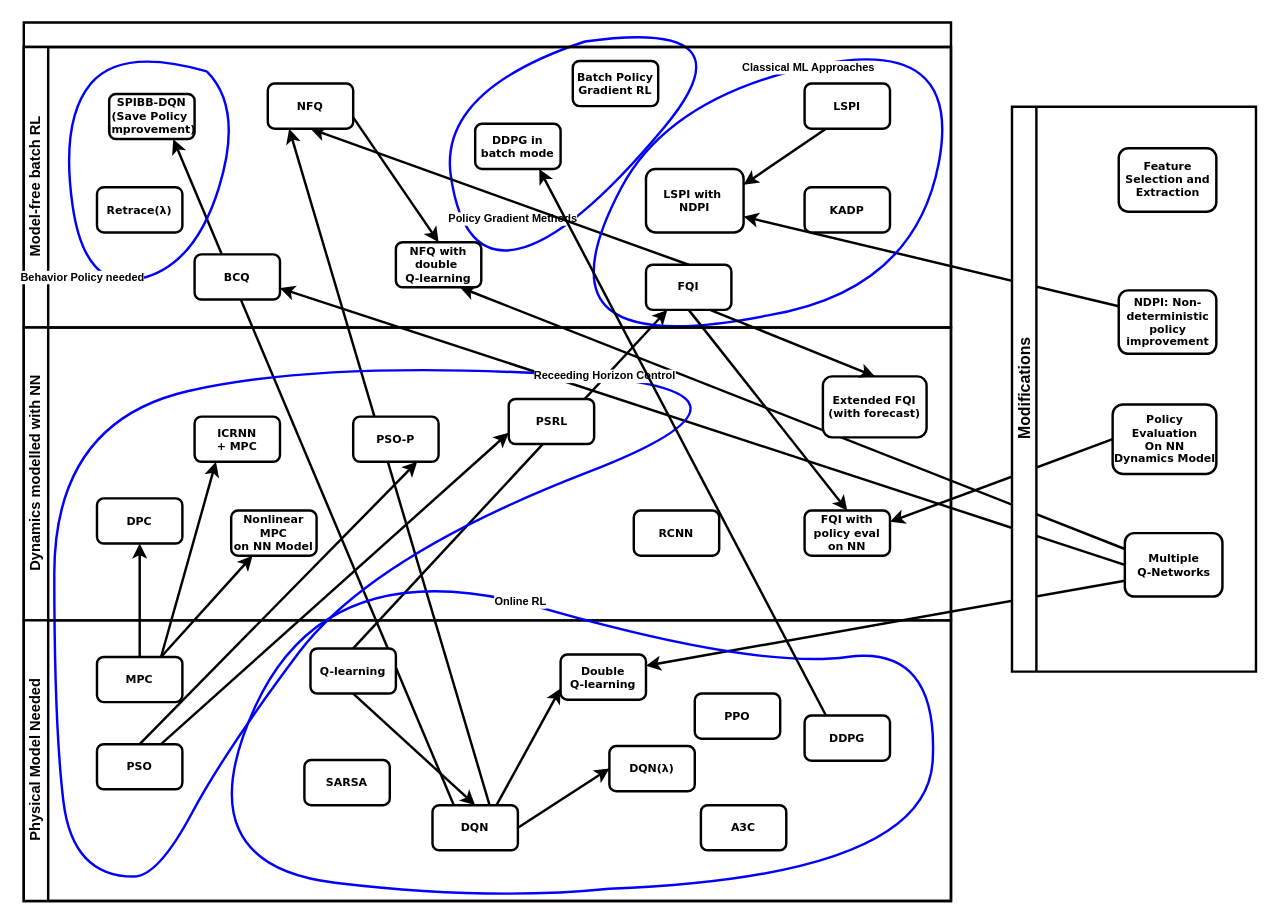
Before: batchRLOverv.drawio in chbauman/MasterThesis, a draw.io diagram. Source tidied: cells renumbered, new cells numbered last; positions are measured from the earlier drawing's top-left corner, leaving out a move shared by most shapes. Both pictures are drawn from the tidied source at 122%, with x=0, y=0 at pixel (23, 17).
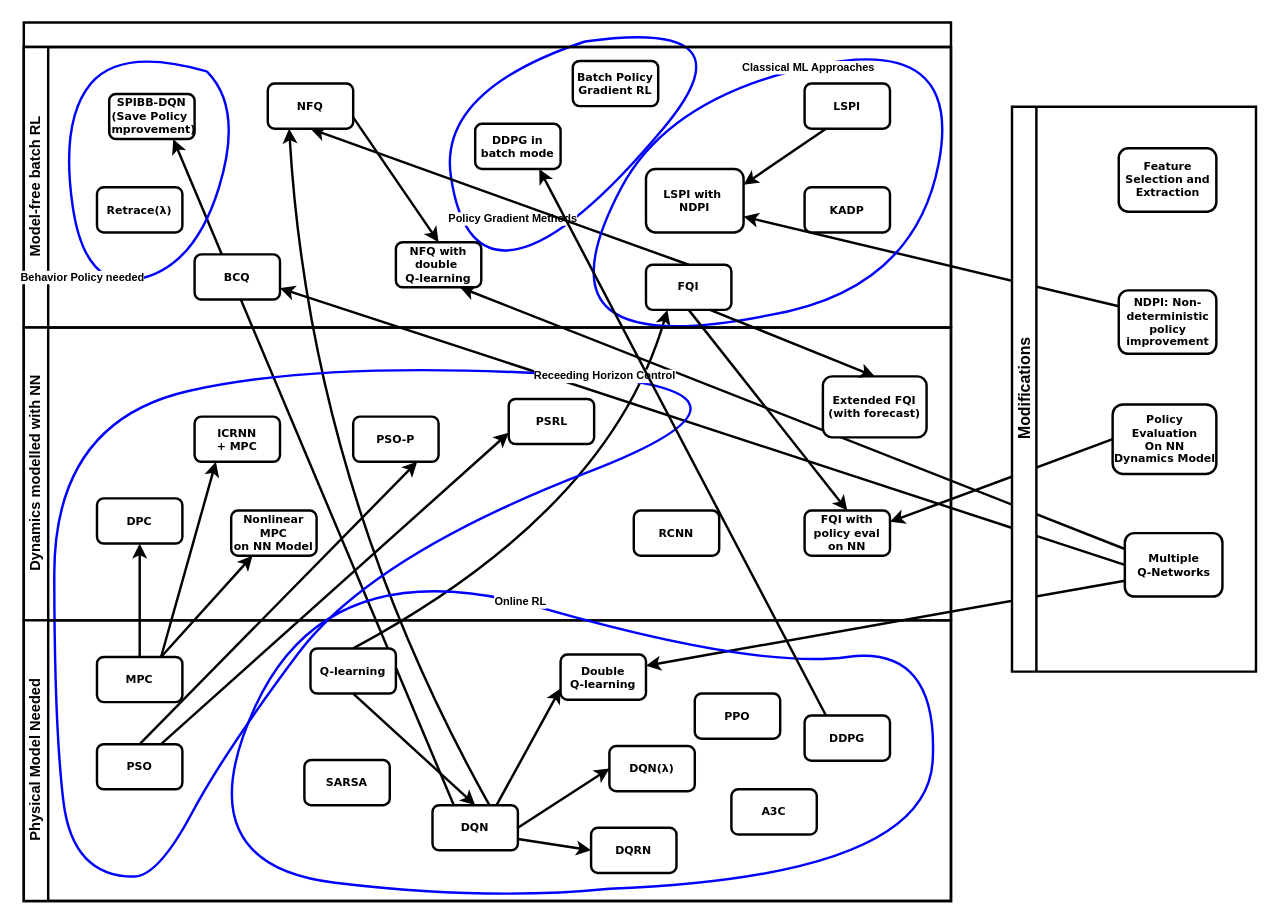
Above is the later version.

Unchanged cells that the change refers to:
```xml
<mxCell id="9" style="swimlane;html=1;horizontal=1;startSize=20;rounded=0;shadow=0;labelBackgroundColor=none;strokeColor=#000000;strokeWidth=2;fillColor=#ffffff;fontFamily=Verdana;fontSize=9;fontColor=#000000;align=center;fontStyle=1;" parent="1" vertex="1">
  <mxGeometry y="4" width="760" height="720" as="geometry" />
</mxCell>
<mxCell id="18" value="FQI" style="rounded=1;whiteSpace=wrap;html=1;shadow=0;labelBackgroundColor=none;strokeColor=#000000;strokeWidth=2;fillColor=#ffffff;fontFamily=Verdana;fontSize=9;fontColor=#000000;align=center;fontStyle=1;" parent="12" vertex="1">
  <mxGeometry x="510" y="178.5" width="70" height="37" as="geometry" />
</mxCell>
<mxCell id="19" value="NFQ" style="rounded=1;whiteSpace=wrap;html=1;shadow=0;labelBackgroundColor=none;strokeColor=#000000;strokeWidth=2;fillColor=#ffffff;fontFamily=Verdana;fontSize=9;fontColor=#000000;align=center;fontStyle=1;" parent="12" vertex="1">
  <mxGeometry x="200" y="30" width="70" height="37" as="geometry" />
</mxCell>
<mxCell id="39" value="Physical Model Needed" style="swimlane;html=1;startSize=20;horizontal=0;strokeWidth=2;fontSize=12;fontStyle=1;" parent="9" vertex="1">
  <mxGeometry y="490" width="760" height="230" as="geometry" />
</mxCell>
<mxCell id="41" value="Q-learning" style="rounded=1;whiteSpace=wrap;html=1;shadow=0;labelBackgroundColor=none;strokeColor=#000000;strokeWidth=2;fillColor=#ffffff;fontFamily=Verdana;fontSize=9;fontColor=#000000;align=center;fontStyle=1;" parent="39" vertex="1">
  <mxGeometry x="235" y="23" width="70" height="37" as="geometry" />
</mxCell>
<mxCell id="64" value="DQN" style="rounded=1;whiteSpace=wrap;html=1;shadow=0;labelBackgroundColor=none;strokeColor=#000000;strokeWidth=2;fillColor=#ffffff;fontFamily=Verdana;fontSize=9;fontColor=#000000;align=center;fontStyle=1;" parent="1" vertex="1">
  <mxGeometry x="335" y="645.5" width="70" height="37" as="geometry" />
</mxCell>
```

Change to the diagram source:
```diff
@@
-    <mxCell id="8" style="endArrow=classic;html=1;exitX=0.671;exitY=0.014;exitDx=0;exitDy=0;entryX=0.25;entryY=1;entryDx=0;entryDy=0;strokeWidth=2;fontSize=9;fontStyle=1;exitPerimeter=0;" parent="1" edge="1" source="64" target="19">
-      <mxGeometry relative="1" as="geometry" />
+    <mxCell id="8" style="endArrow=classic;html=1;exitX=0.671;exitY=0.014;exitDx=0;exitDy=0;entryX=0.25;entryY=1;entryDx=0;entryDy=0;strokeWidth=2;fontSize=9;fontStyle=1;exitPerimeter=0;curved=1;" parent="1" edge="1" source="64" target="19">
+      <mxGeometry relative="1" as="geometry">
+        <Array as="points">
+          <mxPoint x="235" y="384" />
+        </Array>
+      </mxGeometry>
     </mxCell>
@@
-    <mxCell id="10" style="endArrow=classic;html=1;exitX=0.5;exitY=0;exitDx=0;exitDy=0;entryX=0.25;entryY=1;entryDx=0;entryDy=0;strokeWidth=2;fontSize=9;fontStyle=1;" parent="9" edge="1" source="41" target="18">
-      <mxGeometry relative="1" as="geometry" />
+    <mxCell id="10" style="endArrow=classic;html=1;exitX=0.5;exitY=0;exitDx=0;exitDy=0;entryX=0.25;entryY=1;entryDx=0;entryDy=0;strokeWidth=2;fontSize=9;fontStyle=1;curved=1;" parent="9" edge="1" source="41" target="18">
+      <mxGeometry relative="1" as="geometry">
+        <Array as="points">
+          <mxPoint x="480" y="400" />
+        </Array>
+      </mxGeometry>
     </mxCell>
@@
+    <mxCell id="68" value="DQRN" style="rounded=1;whiteSpace=wrap;html=1;shadow=0;labelBackgroundColor=none;strokeColor=#000000;strokeWidth=2;fillColor=#ffffff;fontFamily=Verdana;fontSize=9;fontColor=#000000;align=center;fontStyle=1;" parent="39" vertex="1">
+      <mxGeometry x="465" y="170" width="70" height="37" as="geometry" />
+    </mxCell>
@@
     <mxCell id="67" value="A3C" style="rounded=1;whiteSpace=wrap;html=1;shadow=0;labelBackgroundColor=none;strokeColor=#000000;strokeWidth=2;fillColor=#ffffff;fontFamily=Verdana;fontSize=9;fontColor=#000000;align=center;fontStyle=1;" parent="1" vertex="1">
-      <mxGeometry x="555" y="645.5" width="70" height="37" as="geometry" />
+      <mxGeometry x="580" y="632.5" width="70" height="37" as="geometry" />
     </mxCell>
+    <mxCell id="69" style="endArrow=classic;html=1;strokeColor=#000000;strokeWidth=2;fontSize=13;exitX=1;exitY=0.75;exitDx=0;exitDy=0;entryX=0;entryY=0.5;entryDx=0;entryDy=0;" parent="1" edge="1" source="64" target="68">
+      <mxGeometry relative="1" as="geometry" />
+    </mxCell>
```
